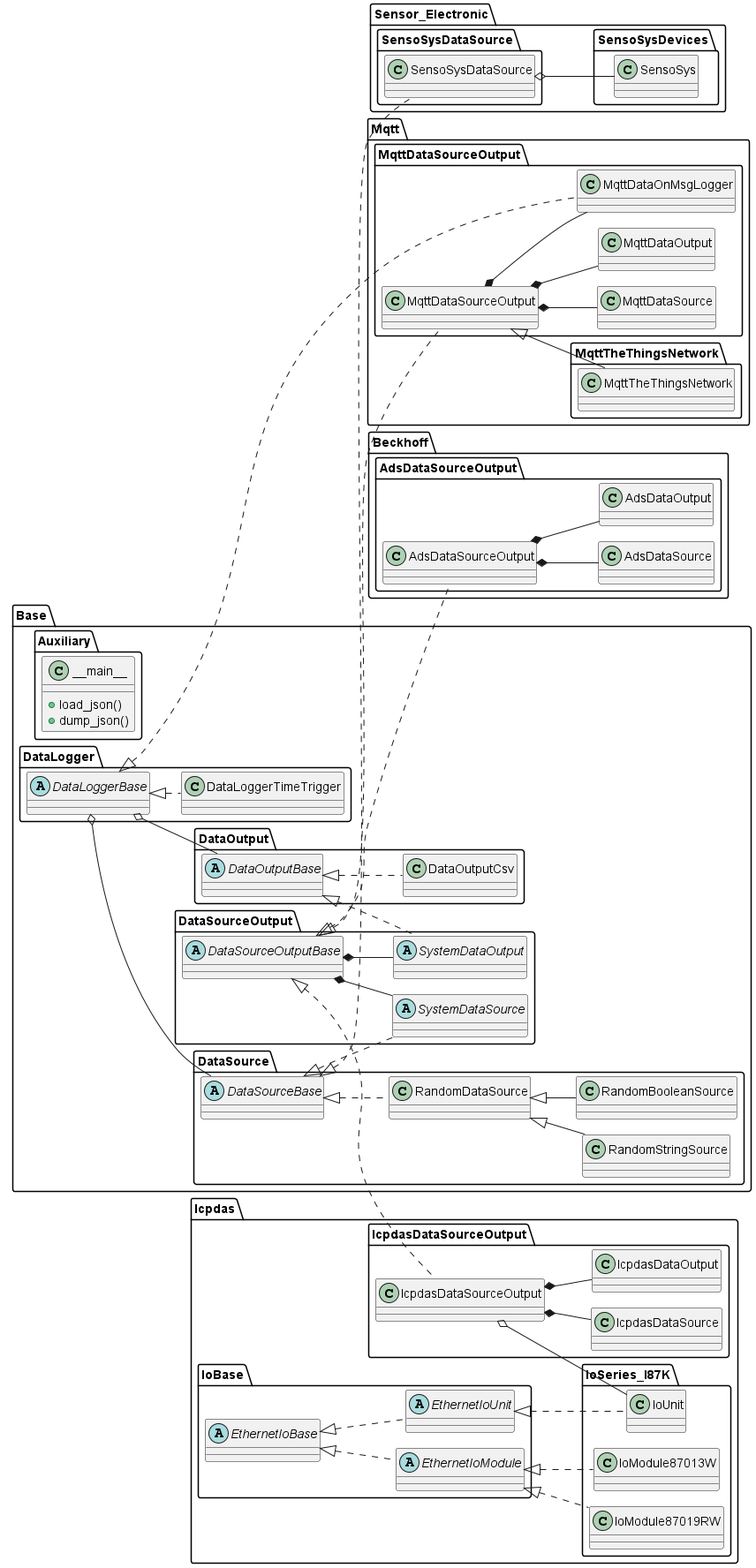
Earlier version of the PlantUML export docs/uml/ClsDiag_ebcmeasurements.png (RWTH-EBC/EBC_Measurements). Source of this version:
```plantuml
@startuml
!pragma layout smetana
left to right direction

package Base{}
package Base.Auxiliary{
    class __main__{
        + load_json()
        + dump_json()
    }
}
package Base.DataLogger{
    abstract class DataLoggerBase
    class DataLoggerTimeTrigger implements DataLoggerBase

    DataLoggerBase o-- Base.DataSource.DataSourceBase
    DataLoggerBase o-- Base.DataOutput.DataOutputBase
}
package Base.DataOutput{
    abstract class DataOutputBase
    class DataOutputCsv implements DataOutputBase
}
package Base.DataSource{
    abstract class DataSourceBase
    class RandomDataSource implements DataSourceBase
    class RandomStringSource extends RandomDataSource
    class RandomBooleanSource extends RandomDataSource
}
package Base.DataSourceOutput{
    abstract class DataSourceOutputBase
    abstract class SystemDataSource implements Base.DataSource.DataSourceBase
    abstract class SystemDataOutput implements Base.DataOutput.DataOutputBase

    DataSourceOutputBase *-- SystemDataSource
    DataSourceOutputBase *-- SystemDataOutput
}

package Beckhoff{}
package Beckhoff.AdsDataSourceOutput{
    class AdsDataSourceOutput implements Base.DataSourceOutput.DataSourceOutputBase
    class AdsDataSource implements Base.DataSourceOutput.DataSourceOutputBase.SystemDataSource
    class AdsDataOutput implements Base.DataSourceOutput.DataSourceOutputBase.SystemDataOutput

    AdsDataSourceOutput *-- AdsDataSource
    AdsDataSourceOutput *-- AdsDataOutput
}

package Icpdas{}
package Icpdas.IcpdasDataSourceOutput{
    class IcpdasDataSourceOutput implements Base.DataSourceOutput.DataSourceOutputBase
    class IcpdasDataSource implements Base.DataSourceOutput.DataSourceOutputBase.SystemDataSource
    class IcpdasDataOutput implements Base.DataSourceOutput.DataSourceOutputBase.SystemDataOutput

    IcpdasDataSourceOutput *-- IcpdasDataSource
    IcpdasDataSourceOutput *-- IcpdasDataOutput
    IcpdasDataSourceOutput o-- Icpdas.IoSeries_I87K.IoUnit
}
package Icpdas.IoBase{
    abstract class EthernetIoBase
    abstract class EthernetIoUnit implements EthernetIoBase
    abstract class EthernetIoModule implements EthernetIoBase
}
package Icpdas.IoSeries_I87K{
    class IoUnit implements Icpdas.IoBase.EthernetIoUnit
    class IoModule87013W implements Icpdas.IoBase.EthernetIoModule
    class IoModule87019RW implements Icpdas.IoBase.EthernetIoModule
}

package Mqtt{}
package Mqtt.MqttDataSourceOutput{
    class MqttDataSourceOutput implements Base.DataSourceOutput.DataSourceOutputBase
    class MqttDataSource implements Base.DataSourceOutput.DataSourceOutputBase.SystemDataSource
    class MqttDataOutput implements Base.DataSourceOutput.DataSourceOutputBase.SystemDataOutput
    class MqttDataOnMsgLogger implements Base.DataLogger.DataLoggerBase

    MqttDataSourceOutput *-- MqttDataSource
    MqttDataSourceOutput *-- MqttDataOutput
    MqttDataSourceOutput *-- MqttDataOnMsgLogger
}
package Mqtt.MqttTheThingsNetwork{
    class MqttTheThingsNetwork extends Mqtt.MqttDataSourceOutput.MqttDataSourceOutput
}

package Sensor_Electronic{}
package Sensor_Electronic.SensoSysDataSource{
    class SensoSysDataSource implements Base.DataSource.DataSourceBase

    SensoSysDataSource o-- Sensor_Electronic.SensoSysDevices.SensoSys
}
package Sensor_Electronic.SensoSysDevices{
    class SensoSys
}
@enduml
```
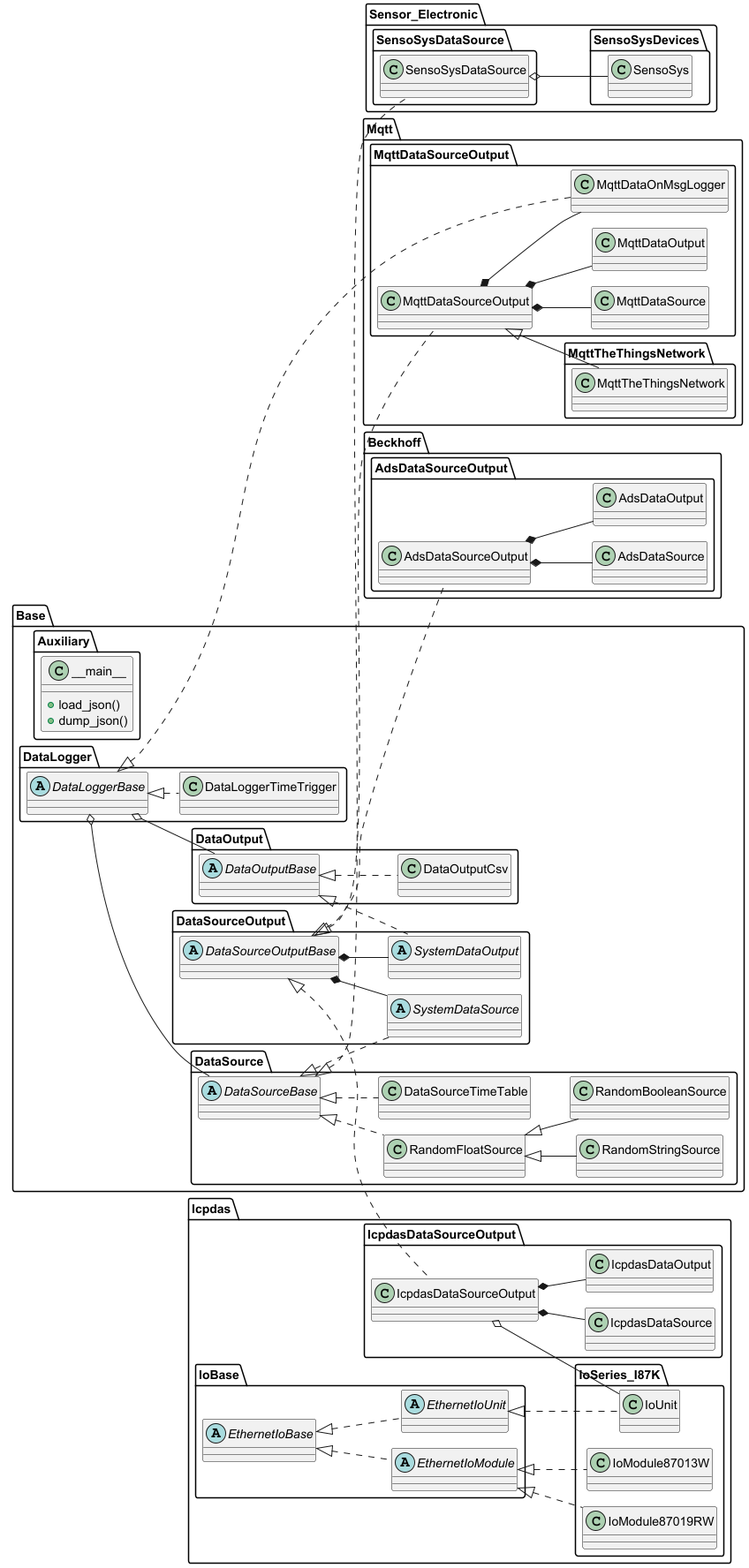
Above is the later version.

Diff of the diagram source:
```diff
@@ -22,9 +22,10 @@
 }
 package Base.DataSource{
     abstract class DataSourceBase
-    class RandomDataSource implements DataSourceBase
-    class RandomStringSource extends RandomDataSource
-    class RandomBooleanSource extends RandomDataSource
+    class RandomFloatSource implements DataSourceBase
+    class RandomStringSource extends RandomFloatSource
+    class RandomBooleanSource extends RandomFloatSource
+    class DataSourceTimeTable implements DataSourceBase
 }
 package Base.DataSourceOutput{
     abstract class DataSourceOutputBase
```
